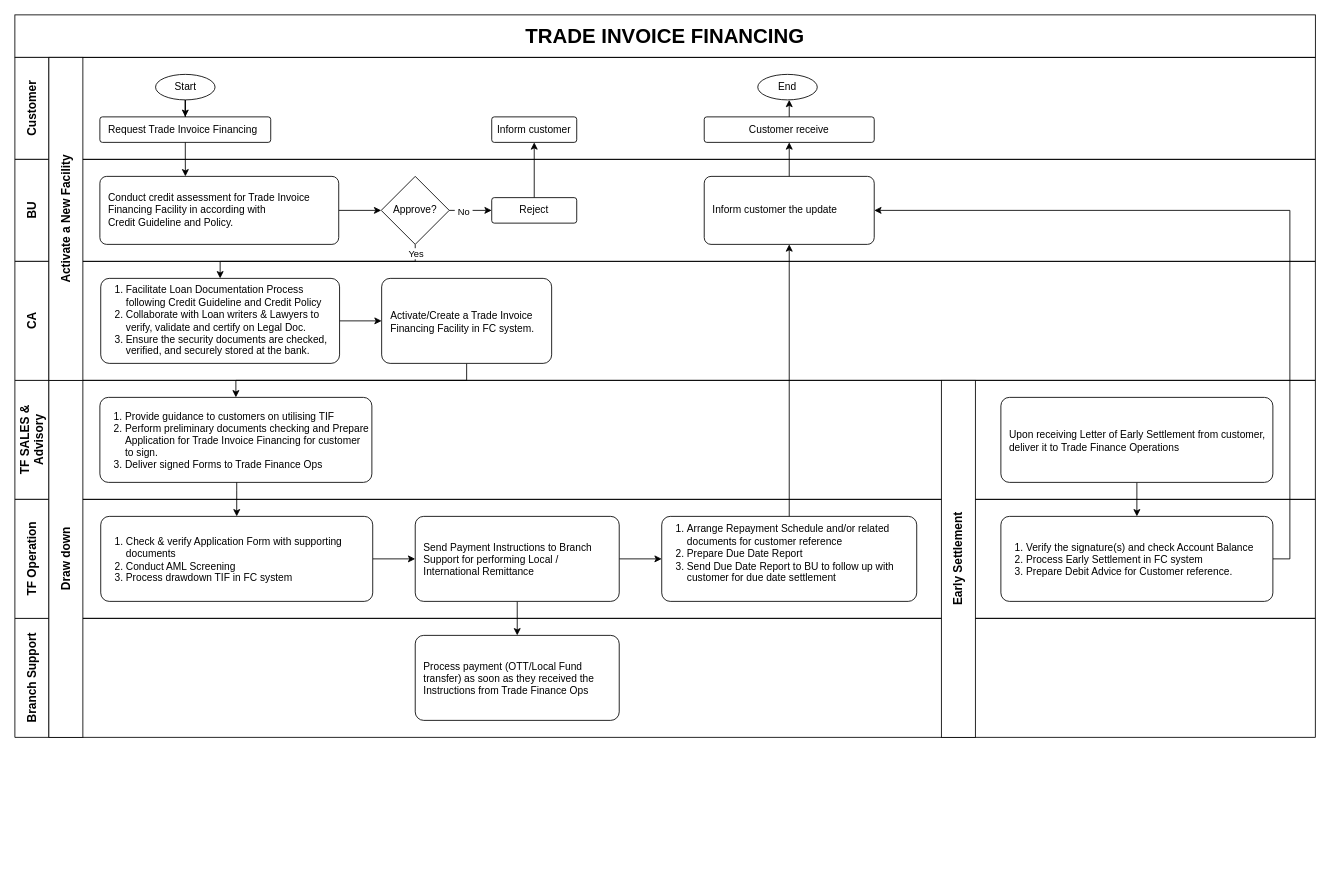
Before: Trade Invoice Financing.drawio in kirikroem/brainleader, a draw.io diagram. Source tidied: cells renumbered, new cells numbered last; positions are measured from the earlier drawing's top-left corner, leaving out a move shared by most shapes. Both pictures are drawn from the tidied source at 85%, with x=0, y=0 at pixel (-113, 14).
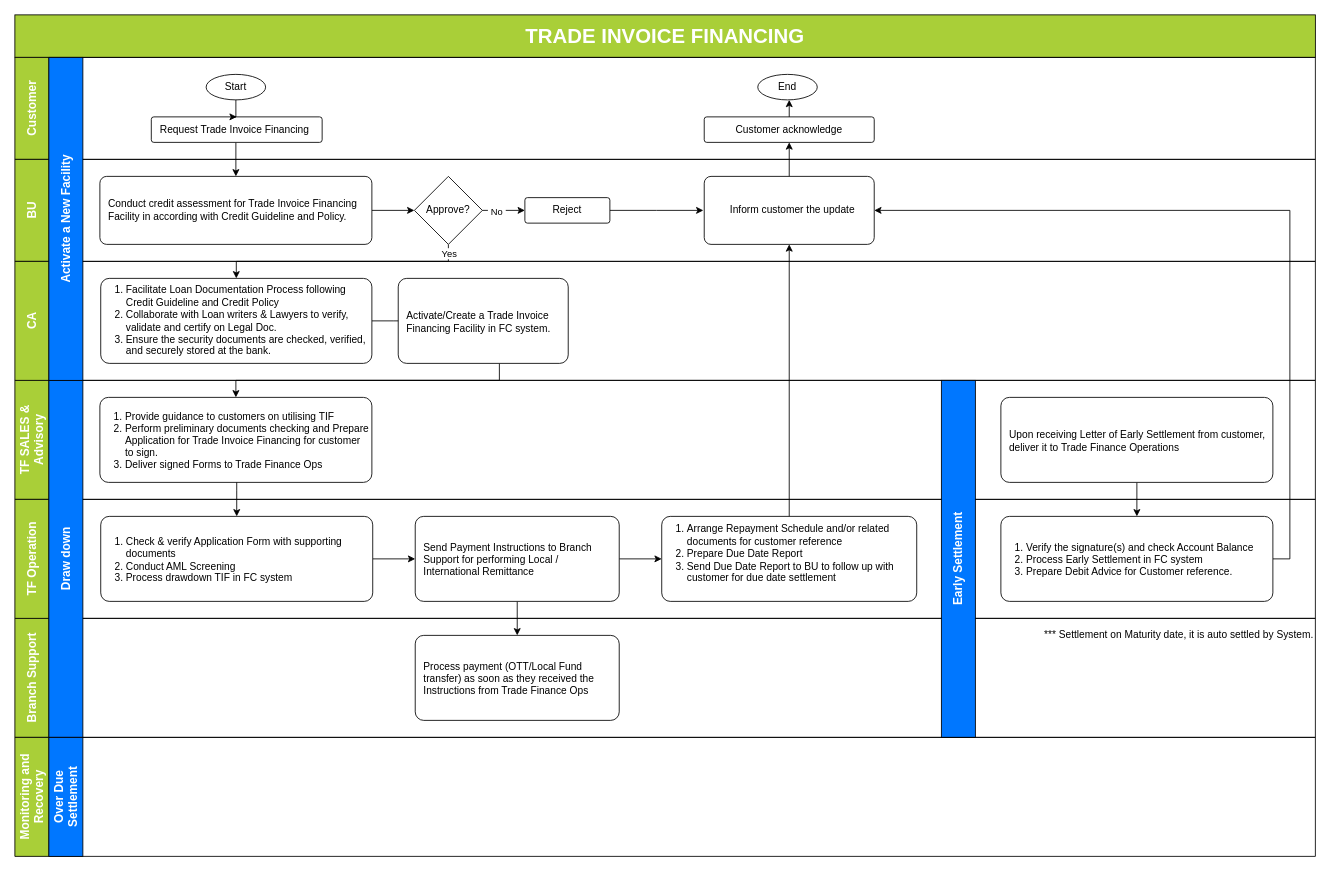
After the change.

Unchanged cells that the change refers to:
```xml
<mxCell id="23" value="&lt;ol&gt;&lt;li&gt;Provide guidance to customers on utilising TIF&lt;/li&gt;&lt;li&gt;Perform preliminary documents checking and Prepare Application for Trade Invoice Financing for customer to sign.&lt;/li&gt;&lt;li&gt;Deliver signed Forms to Trade Finance Ops&lt;/li&gt;&lt;/ol&gt;" style="rounded=1;whiteSpace=wrap;html=1;align=left;arcSize=10;strokeOpacity=100;imageHeight=24;imageAspect=1;spacingTop=1;spacingLeft=-12;" parent="1" vertex="1">
  <mxGeometry x="250" y="450" width="320" height="100" as="geometry" />
</mxCell>
```

Diff of the diagram source:
```diff
@@
-    <mxCell id="2" value="&lt;span style=&quot;font-size: 14px;&quot;&gt;TF SALES &amp;amp; Advisory&lt;/span&gt;" style="swimlane;horizontal=0;whiteSpace=wrap;html=1;startSize=40;" parent="1" vertex="1">
+    <mxCell id="2" value="&lt;span style=&quot;font-size: 14px;&quot;&gt;TF SALES &amp;amp; Advisory&lt;/span&gt;" style="swimlane;horizontal=0;whiteSpace=wrap;html=1;startSize=40;fillColor=#A9CF38;fontColor=#FFFFFF;" parent="1" vertex="1">
       <mxGeometry x="150" y="430" width="1530" height="140" as="geometry" />
     </mxCell>
-    <mxCell id="3" value="&lt;span style=&quot;font-size: 14px;&quot;&gt;Branch Support&lt;/span&gt;" style="swimlane;horizontal=0;whiteSpace=wrap;html=1;startSize=40;" parent="1" vertex="1">
+    <mxCell id="3" value="&lt;span style=&quot;font-size: 14px;&quot;&gt;Branch Support&lt;/span&gt;" style="swimlane;horizontal=0;whiteSpace=wrap;html=1;startSize=40;fillColor=#A9CF38;fontColor=#FFFFFF;" parent="1" vertex="1">
       <mxGeometry x="150" y="710" width="1530" height="140" as="geometry" />
     </mxCell>
+    <mxCell id="49" value="*** Settlement on Maturity date, it is auto settled by System." style="text;html=1;align=right;verticalAlign=middle;whiteSpace=wrap;rounded=0;" parent="3" vertex="1">
+      <mxGeometry x="1180" width="350" height="40" as="geometry" />
+    </mxCell>
-    <mxCell id="4" value="&lt;span style=&quot;font-size: 14px;&quot;&gt;TF Operation&lt;/span&gt;" style="swimlane;horizontal=0;whiteSpace=wrap;html=1;startSize=40;" parent="1" vertex="1">
+    <mxCell id="4" value="&lt;span style=&quot;font-size: 14px;&quot;&gt;TF Operation&lt;/span&gt;" style="swimlane;horizontal=0;whiteSpace=wrap;html=1;startSize=40;fillColor=#A9CF38;fontColor=#FFFFFF;" parent="1" vertex="1">
       <mxGeometry x="150" y="570" width="1530" height="140" as="geometry" />
     </mxCell>
-    <mxCell id="5" value="&lt;font style=&quot;font-size: 24px;&quot;&gt;TRADE INVOICE FINANCING&lt;/font&gt;" style="text;html=1;align=center;verticalAlign=middle;whiteSpace=wrap;rounded=0;fontStyle=1;fontSize=18;fillColor=none;strokeColor=default;" parent="1" vertex="1">
+    <mxCell id="5" value="&lt;font style=&quot;font-size: 24px;&quot;&gt;TRADE INVOICE FINANCING&lt;/font&gt;" style="text;html=1;align=center;verticalAlign=middle;whiteSpace=wrap;rounded=0;fontStyle=1;fontSize=18;fillColor=#A9CF38;strokeColor=#000000;fontColor=#FFFFFF;" parent="1" vertex="1">
       <mxGeometry x="150" width="1530" height="50" as="geometry" />
     </mxCell>
-    <mxCell id="6" style="edgeStyle=orthogonalEdgeStyle;rounded=0;jettySize=auto;html=1;entryX=0.5;entryY=0;entryDx=0;entryDy=0;" parent="1" edge="1" source="7" target="8">
-      <mxGeometry relative="1" as="geometry" />
-    </mxCell>
-    <mxCell id="7" value="Start" style="ellipse;whiteSpace=wrap;html=1;" parent="1" vertex="1">
-      <mxGeometry x="315.5" y="70" width="70" height="30" as="geometry" />
-    </mxCell>
-    <mxCell id="8" value="Request Trade Invoice Financing" style="rounded=1;whiteSpace=wrap;html=1;arcSize=10;spacingLeft=8;align=left;" parent="1" vertex="1">
-      <mxGeometry x="250" y="120" width="201" height="30" as="geometry" />
-    </mxCell>
@@
     <mxCell id="10" value="Conduct credit assessment for Trade Invoice Financing Facility in according with Credit&amp;nbsp;Guideline and Policy." style="rounded=1;whiteSpace=wrap;html=1;arcSize=10;spacingTop=0;imageWidth=24;spacingBottom=0;spacingLeft=8;align=left;" parent="1" vertex="1">
-      <mxGeometry x="250" y="190" width="281" height="80" as="geometry" />
+      <mxGeometry x="250" y="190" width="320" height="80" as="geometry" />
     </mxCell>
-    <mxCell id="11" style="edgeStyle=orthogonalEdgeStyle;rounded=0;jettySize=auto;html=1;entryX=0.5;entryY=0;entryDx=0;entryDy=0;" parent="1" edge="1" source="15" target="20">
+    <mxCell id="11" style="edgeStyle=orthogonalEdgeStyle;rounded=0;jettySize=auto;html=1;entryX=0.5;entryY=0;entryDx=0;entryDy=0;exitX=0.5;exitY=1;exitDx=0;exitDy=0;" parent="1" edge="1" source="15" target="20">
       <mxGeometry relative="1" as="geometry">
         <Array as="points">
-          <mxPoint x="621" y="290" />
-          <mxPoint x="392" y="290" />
+          <mxPoint x="660" y="290" />
+          <mxPoint x="411" y="290" />
         </Array>
       </mxGeometry>
     </mxCell>
     <mxCell id="12" value="Yes" style="edgeLabel;html=1;align=center;verticalAlign=middle;" parent="11" vertex="1">
       <mxGeometry x="-0.4" y="-1" relative="1" as="geometry">
-        <mxPoint x="61" y="-9" as="offset" />
+        <mxPoint x="67" y="-9" as="offset" />
       </mxGeometry>
     </mxCell>
-    <mxCell id="13" style="edgeStyle=orthogonalEdgeStyle;rounded=0;jettySize=auto;html=1;entryX=0;entryY=0.5;entryDx=0;entryDy=0;" parent="1" edge="1" source="15" target="18">
-      <mxGeometry relative="1" as="geometry" />
-    </mxCell>
-    <mxCell id="14" value="&amp;nbsp;No&amp;nbsp;" style="edgeLabel;html=1;align=center;verticalAlign=middle;" parent="13" vertex="1">
-      <mxGeometry x="-0.34" y="-1" relative="1" as="geometry" />
-    </mxCell>
-    <mxCell id="15" value="Approve?" style="rhombus;whiteSpace=wrap;html=1;" parent="1" vertex="1">
-      <mxGeometry x="581" y="190" width="80" height="80" as="geometry" />
-    </mxCell>
-    <mxCell id="16" style="edgeStyle=orthogonalEdgeStyle;rounded=0;jettySize=auto;html=1;entryX=0.358;entryY=0;entryDx=0;entryDy=0;entryPerimeter=0;" parent="1" edge="1" source="8" target="10">
-      <mxGeometry relative="1" as="geometry" />
+    <mxCell id="16" style="edgeStyle=orthogonalEdgeStyle;rounded=0;jettySize=auto;html=1;" parent="1" edge="1" source="8">
+      <mxGeometry relative="1" as="geometry">
+        <mxPoint x="410" y="190" as="targetPoint" />
+        <Array as="points">
+          <mxPoint x="411" y="190" />
+        </Array>
+      </mxGeometry>
     </mxCell>
-    <mxCell id="17" style="edgeStyle=orthogonalEdgeStyle;rounded=0;jettySize=auto;html=1;entryX=0.5;entryY=1;entryDx=0;entryDy=0;" parent="1" edge="1" source="18" target="37">
-      <mxGeometry relative="1" as="geometry" />
-    </mxCell>
-    <mxCell id="18" value="Reject" style="rounded=1;whiteSpace=wrap;html=1;arcSize=10;" parent="1" vertex="1">
-      <mxGeometry x="711" y="215" width="100" height="30" as="geometry" />
-    </mxCell>
-    <mxCell id="19" style="edgeStyle=orthogonalEdgeStyle;rounded=0;jettySize=auto;html=1;" parent="1" edge="1" source="20" target="22">
-      <mxGeometry relative="1" as="geometry" />
-    </mxCell>
+    <mxCell id="50" style="edgeStyle=orthogonalEdgeStyle;rounded=0;jettySize=auto;html=1;" parent="1" edge="1" source="18">
+      <mxGeometry relative="1" as="geometry">
+        <mxPoint x="960" y="230" as="targetPoint" />
+      </mxGeometry>
+    </mxCell>
+    <mxCell id="51" style="edgeStyle=orthogonalEdgeStyle;rounded=0;jettySize=auto;html=1;" parent="1" edge="1" source="20">
+      <mxGeometry relative="1" as="geometry">
+        <mxPoint x="620" y="360" as="targetPoint" />
+      </mxGeometry>
+    </mxCell>
     <mxCell id="20" value="&lt;ol&gt;&lt;li&gt;Facilitate Loan Documentation Process following Credit Guideline and Credit Policy&lt;/li&gt;&lt;li&gt;Collaborate with Loan writers &amp;amp; Lawyers to verify, validate and certify on Legal Doc.&lt;/li&gt;&lt;li&gt;Ensure the security documents are checked, verified, and securely stored at the bank.&lt;/li&gt;&lt;/ol&gt;" style="rounded=1;whiteSpace=wrap;html=1;align=left;arcSize=10;spacingLeft=-12;" parent="1" vertex="1">
-      <mxGeometry x="251" y="310" width="281" height="100" as="geometry" />
+      <mxGeometry x="251" y="310" width="319" height="100" as="geometry" />
     </mxCell>
     <mxCell id="21" style="edgeStyle=orthogonalEdgeStyle;rounded=0;jettySize=auto;html=1;entryX=0.5;entryY=0;entryDx=0;entryDy=0;" parent="1" edge="1" source="22" target="23">
       <mxGeometry relative="1" as="geometry">
         <Array as="points">
-          <mxPoint x="682" y="430" />
+          <mxPoint x="720" y="430" />
           <mxPoint x="410" y="430" />
         </Array>
       </mxGeometry>
     </mxCell>
-    <mxCell id="22" value="&lt;span style=&quot;background-color: transparent; color: light-dark(rgb(0, 0, 0), rgb(255, 255, 255));&quot;&gt;Activate/Create a Trade Invoice Financing Facility in FC system.&lt;/span&gt;" style="rounded=1;whiteSpace=wrap;html=1;align=left;arcSize=10;strokeOpacity=100;imageHeight=24;imageAspect=1;spacingTop=1;spacingLeft=8;" parent="1" vertex="1">
-      <mxGeometry x="581.5" y="310" width="200" height="100" as="geometry" />
-    </mxCell>
@@
-    <mxCell id="34" value="Inform customer the update" style="rounded=1;whiteSpace=wrap;html=1;arcSize=10;spacingTop=0;imageWidth=24;spacingBottom=0;spacingLeft=8;align=left;" parent="1" vertex="1">
+    <mxCell id="34" value="Inform customer the update" style="rounded=1;whiteSpace=wrap;html=1;arcSize=10;spacingTop=0;imageWidth=24;spacingBottom=0;spacingLeft=8;align=center;" parent="1" vertex="1">
       <mxGeometry x="961" y="190" width="200" height="80" as="geometry" />
     </mxCell>
@@
-    <mxCell id="36" value="Customer receive" style="rounded=1;whiteSpace=wrap;html=1;arcSize=10;" parent="1" vertex="1">
+    <mxCell id="36" value="Customer acknowledge" style="rounded=1;whiteSpace=wrap;html=1;arcSize=10;" parent="1" vertex="1">
       <mxGeometry x="961" y="120" width="200" height="30" as="geometry" />
     </mxCell>
-    <mxCell id="37" value="Inform customer" style="rounded=1;whiteSpace=wrap;html=1;arcSize=10;" parent="1" vertex="1">
-      <mxGeometry x="711" y="120" width="100" height="30" as="geometry" />
-    </mxCell>
@@
-    <mxCell id="39" value="&lt;span style=&quot;font-size: 14px;&quot;&gt;Customer&lt;/span&gt;" style="swimlane;horizontal=0;whiteSpace=wrap;html=1;startSize=40;" parent="1" vertex="1">
+    <mxCell id="39" value="&lt;span style=&quot;font-size: 14px;&quot;&gt;Customer&lt;/span&gt;" style="swimlane;horizontal=0;whiteSpace=wrap;html=1;startSize=40;fillColor=#A9CF38;fontColor=#FFFFFF;" parent="1" vertex="1">
       <mxGeometry x="150" y="50" width="1530" height="120" as="geometry" />
     </mxCell>
+    <mxCell id="8" value="Request Trade Invoice Financing" style="rounded=1;whiteSpace=wrap;html=1;arcSize=10;spacingLeft=8;align=left;" parent="39" vertex="1">
+      <mxGeometry x="160.5" y="70" width="201" height="30" as="geometry" />
+    </mxCell>
+    <mxCell id="7" value="Start" style="ellipse;whiteSpace=wrap;html=1;" parent="39" vertex="1">
+      <mxGeometry x="225" y="20" width="70" height="30" as="geometry" />
+    </mxCell>
+    <mxCell id="6" style="edgeStyle=orthogonalEdgeStyle;rounded=0;jettySize=auto;html=1;entryX=0.5;entryY=0;entryDx=0;entryDy=0;" parent="39" edge="1" source="7" target="8">
+      <mxGeometry relative="1" as="geometry" />
+    </mxCell>
-    <mxCell id="40" value="&lt;span style=&quot;font-size: 14px;&quot;&gt;BU&lt;/span&gt;" style="swimlane;horizontal=0;whiteSpace=wrap;html=1;startSize=40;" parent="1" vertex="1">
+    <mxCell id="40" value="&lt;span style=&quot;font-size: 14px;&quot;&gt;BU&lt;/span&gt;" style="swimlane;horizontal=0;whiteSpace=wrap;html=1;startSize=40;fillColor=#A9CF38;fontColor=#FFFFFF;" parent="1" vertex="1">
       <mxGeometry x="150" y="170" width="1530" height="120" as="geometry" />
     </mxCell>
+    <mxCell id="15" value="Approve?" style="rhombus;whiteSpace=wrap;html=1;" parent="40" vertex="1">
+      <mxGeometry x="470" y="20" width="80" height="80" as="geometry" />
+    </mxCell>
+    <mxCell id="18" value="Reject" style="rounded=1;whiteSpace=wrap;html=1;arcSize=10;" parent="40" vertex="1">
+      <mxGeometry x="600" y="45" width="100" height="30" as="geometry" />
+    </mxCell>
+    <mxCell id="13" style="edgeStyle=orthogonalEdgeStyle;rounded=0;jettySize=auto;html=1;entryX=0;entryY=0.5;entryDx=0;entryDy=0;" parent="40" edge="1" source="15" target="18">
+      <mxGeometry relative="1" as="geometry" />
+    </mxCell>
+    <mxCell id="14" value="&amp;nbsp;No&amp;nbsp;" style="edgeLabel;html=1;align=center;verticalAlign=middle;" parent="13" vertex="1">
+      <mxGeometry x="-0.34" y="-1" relative="1" as="geometry" />
+    </mxCell>
-    <mxCell id="41" value="&lt;span style=&quot;font-size: 14px;&quot;&gt;CA&lt;/span&gt;" style="swimlane;horizontal=0;whiteSpace=wrap;html=1;startSize=40;" parent="1" vertex="1">
+    <mxCell id="41" value="&lt;span style=&quot;font-size: 14px;&quot;&gt;CA&lt;/span&gt;" style="swimlane;horizontal=0;whiteSpace=wrap;html=1;startSize=40;fillColor=#A9CF38;fontColor=#FFFFFF;" parent="1" vertex="1">
       <mxGeometry x="150" y="290" width="1530" height="140" as="geometry" />
     </mxCell>
+    <mxCell id="22" value="&lt;span style=&quot;background-color: transparent; color: light-dark(rgb(0, 0, 0), rgb(255, 255, 255));&quot;&gt;Activate/Create a Trade Invoice Financing Facility in FC system.&lt;/span&gt;" style="rounded=1;whiteSpace=wrap;html=1;align=left;arcSize=10;strokeOpacity=100;imageHeight=24;imageAspect=1;spacingTop=1;spacingLeft=8;" parent="41" vertex="1">
+      <mxGeometry x="451" y="20" width="200" height="100" as="geometry" />
+    </mxCell>
-    <mxCell id="42" value="&lt;span style=&quot;font-size: 14px; font-weight: 700;&quot;&gt;Draw down&lt;/span&gt;" style="rounded=0;whiteSpace=wrap;html=1;rotation=-90;" parent="1" vertex="1">
+    <mxCell id="42" value="&lt;span style=&quot;font-size: 14px; font-weight: 700;&quot;&gt;Draw down&lt;/span&gt;" style="rounded=0;whiteSpace=wrap;html=1;rotation=-90;fillColor=#0077FF;fontColor=#FFFFFF;" parent="1" vertex="1">
       <mxGeometry y="620" width="420" height="40" as="geometry" />
     </mxCell>
-    <mxCell id="43" value="&lt;span style=&quot;font-size: 14px; font-weight: 700;&quot;&gt;Activate a New Facility&lt;/span&gt;" style="rounded=0;whiteSpace=wrap;html=1;rotation=-90;" parent="1" vertex="1">
+    <mxCell id="43" value="&lt;span style=&quot;font-size: 14px; font-weight: 700;&quot;&gt;Activate a New Facility&lt;/span&gt;" style="rounded=0;whiteSpace=wrap;html=1;rotation=-90;fillColor=#0077FF;fontColor=#FFFFFF;" parent="1" vertex="1">
       <mxGeometry x="20" y="220" width="380" height="40" as="geometry" />
     </mxCell>
-    <mxCell id="44" value="&lt;span style=&quot;font-size: 14px; font-weight: 700;&quot;&gt;Early Settlement&lt;/span&gt;" style="rounded=0;whiteSpace=wrap;html=1;rotation=-90;" parent="1" vertex="1">
+    <mxCell id="44" value="&lt;span style=&quot;font-size: 14px; font-weight: 700;&quot;&gt;Early Settlement&lt;/span&gt;" style="rounded=0;whiteSpace=wrap;html=1;rotation=-90;fillColor=#0077FF;fontColor=#FFFFFF;" parent="1" vertex="1">
       <mxGeometry x="1050" y="620" width="420" height="40" as="geometry" />
     </mxCell>
@@
+    <mxCell id="52" value="&lt;span style=&quot;font-size: 14px;&quot;&gt;Monitoring and Recovery&lt;/span&gt;" style="swimlane;horizontal=0;whiteSpace=wrap;html=1;startSize=40;fillColor=#A9CF38;fontColor=#FFFFFF;" parent="1" vertex="1">
+      <mxGeometry x="150" y="850" width="1530" height="140" as="geometry" />
+    </mxCell>
+    <mxCell id="53" value="&lt;span style=&quot;font-size: 14px;&quot;&gt;&lt;b&gt;Over Due&lt;/b&gt;&lt;/span&gt;&lt;div&gt;&lt;span style=&quot;font-size: 14px;&quot;&gt;&lt;b&gt;Settlement&lt;/b&gt;&lt;/span&gt;&lt;/div&gt;" style="rounded=0;whiteSpace=wrap;html=1;rotation=-90;fillColor=#0077FF;fontColor=#FFFFFF;" parent="52" vertex="1">
+      <mxGeometry x="-10" y="50" width="140" height="40" as="geometry" />
+    </mxCell>
```
